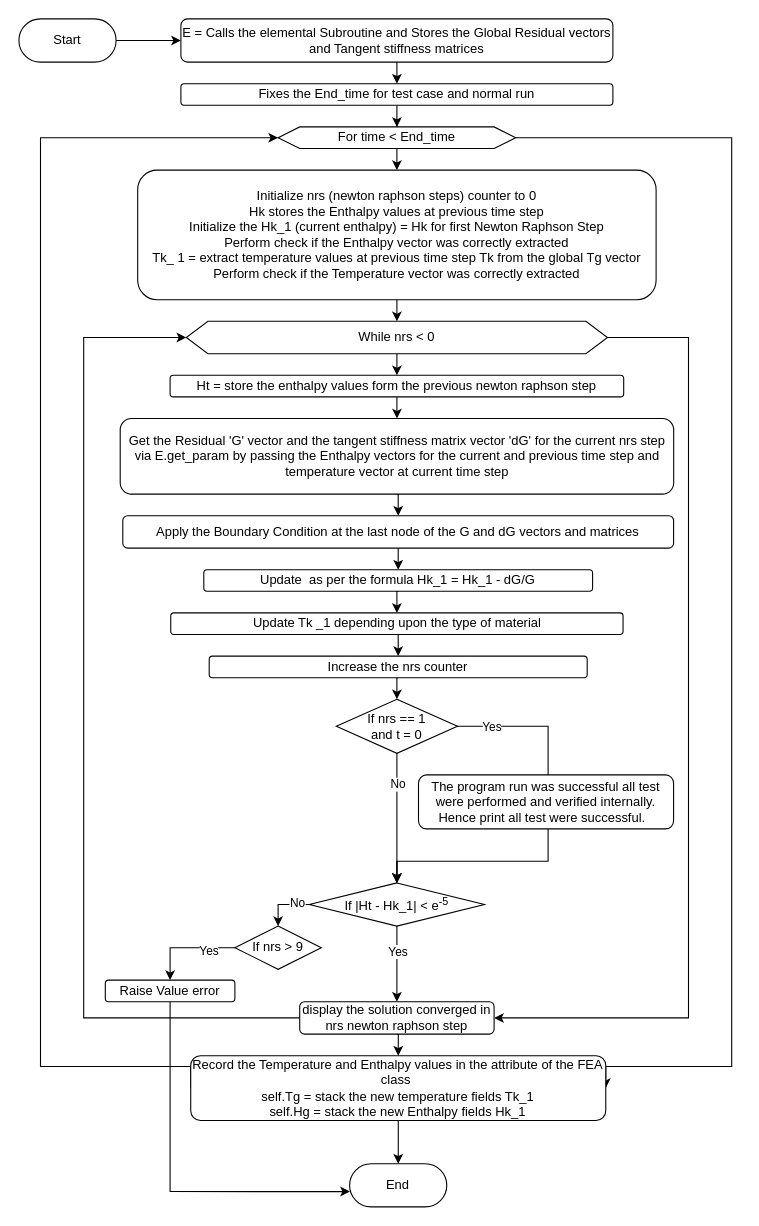
Above: Untitled Diagram.drawio in okolekar/PPP (draw.io), before the change. Source tidied: cells renumbered, new cells numbered last; positions are measured from the earlier drawing's top-left corner, leaving out a move shared by most shapes. Both pictures are drawn from the tidied source at 108%, with x=0, y=0 at pixel (18, 18).
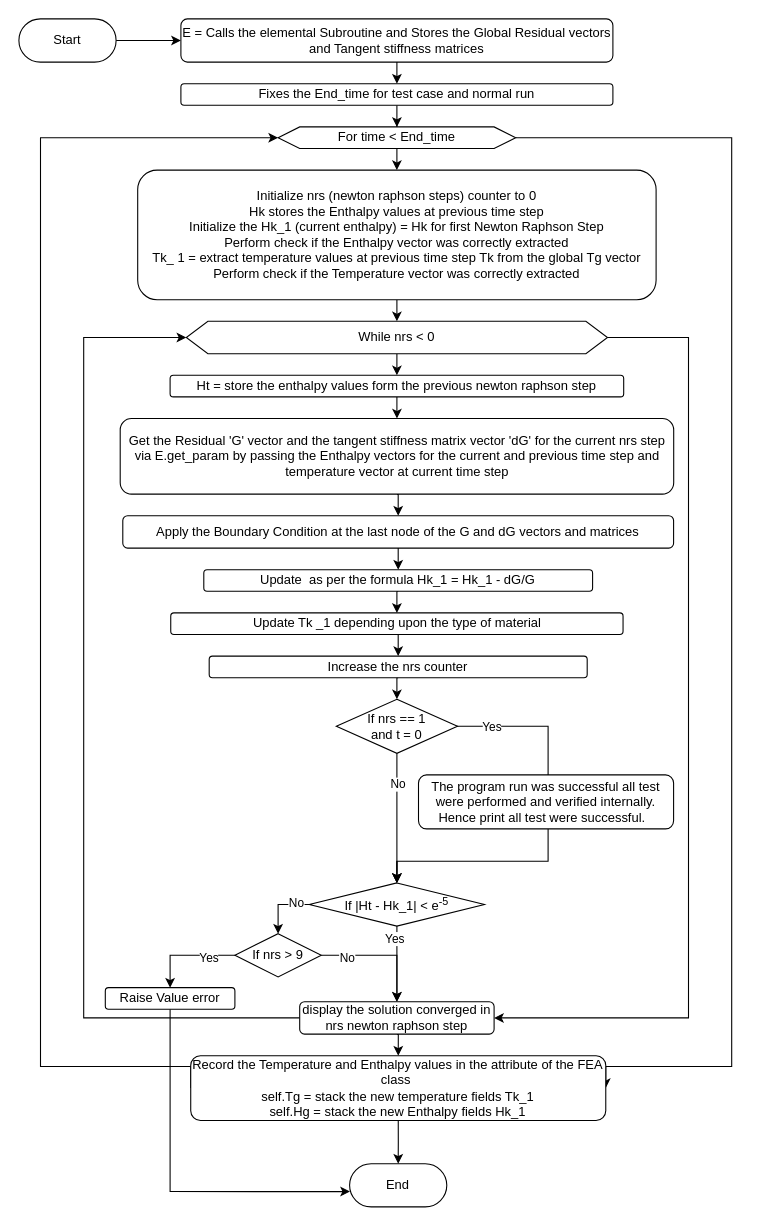
After the change.

Unchanged cells that the change refers to:
```xml
<mxCell id="36" style="edgeStyle=orthogonalEdgeStyle;rounded=0;jettySize=auto;html=1;exitX=0.5;exitY=1;exitDx=0;exitDy=0;entryX=0.5;entryY=0;entryDx=0;entryDy=0;" parent="1" edge="1" source="38" target="45">
  <mxGeometry relative="1" as="geometry" />
</mxCell>
<mxCell id="45" value="display the solution converged in nrs newton raphson step" style="rounded=1;whiteSpace=wrap;html=1;" parent="1" vertex="1">
  <mxGeometry x="260" y="910" width="180" height="30" as="geometry" />
</mxCell>
```

Diff of the diagram source:
```diff
@@
     <mxCell id="37" value="Yes" style="edgeLabel;html=1;align=center;verticalAlign=middle;" parent="36" vertex="1">
-      <mxGeometry x="-0.35" relative="1" as="geometry" />
+      <mxGeometry x="-0.35" relative="1" as="geometry">
+        <mxPoint x="-3" y="-12" as="offset" />
+      </mxGeometry>
     </mxCell>
@@
+    <mxCell id="52" style="edgeStyle=orthogonalEdgeStyle;rounded=0;jettySize=auto;html=1;exitX=1;exitY=0.5;exitDx=0;exitDy=0;entryX=0.5;entryY=0;entryDx=0;entryDy=0;" parent="1" edge="1" source="41" target="45">
+      <mxGeometry relative="1" as="geometry">
+        <Array as="points">
+          <mxPoint x="350" y="867" />
+        </Array>
+      </mxGeometry>
+    </mxCell>
+    <mxCell id="53" value="No" style="edgeLabel;html=1;align=center;verticalAlign=middle;" parent="52" vertex="1">
+      <mxGeometry x="-0.25" y="-2" relative="1" as="geometry">
+        <mxPoint x="-19" as="offset" />
+      </mxGeometry>
+    </mxCell>
     <mxCell id="41" value="If nrs &amp;gt; 9" style="rhombus;whiteSpace=wrap;html=1;" parent="1" vertex="1">
-      <mxGeometry x="200" y="840" width="80" height="40" as="geometry" />
+      <mxGeometry x="200" y="847" width="80" height="40" as="geometry" />
     </mxCell>
@@
     <mxCell id="47" value="Raise Value error" style="rounded=1;whiteSpace=wrap;html=1;" parent="1" vertex="1">
-      <mxGeometry x="80" y="890" width="120" height="20" as="geometry" />
+      <mxGeometry x="80" y="897" width="120" height="20" as="geometry" />
     </mxCell>
```
